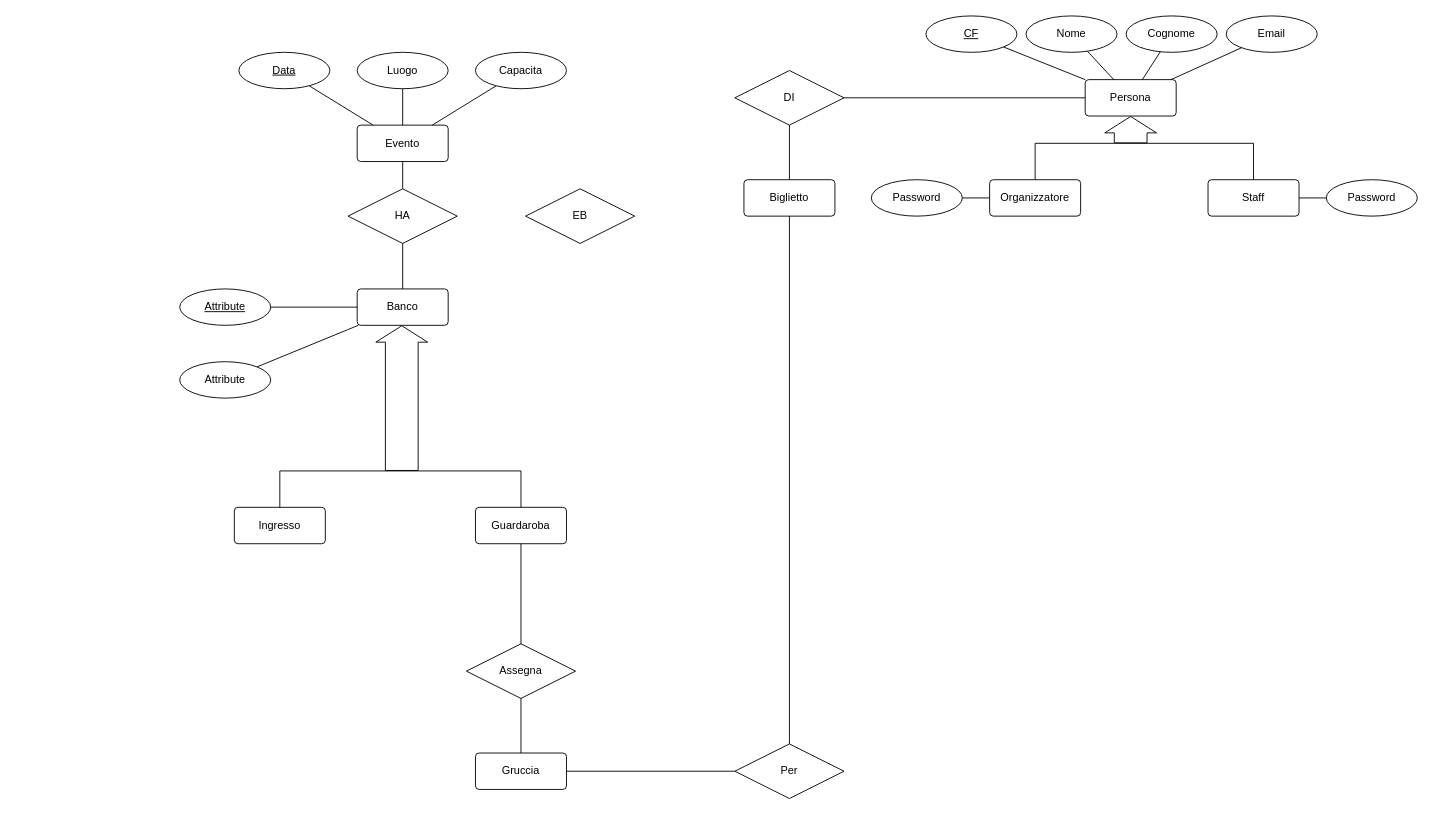
The draw.io diagram Documentazione/Diagramma ERA.drawio in IngSW-unipv/Progetto-H25, before the edit. Source tidied: cells renumbered, new cells numbered last; positions are measured from the earlier drawing's top-left corner, leaving out a move shared by most shapes. Both pictures are drawn from the tidied source at 91%, with x=0, y=0 at pixel (179, 15).
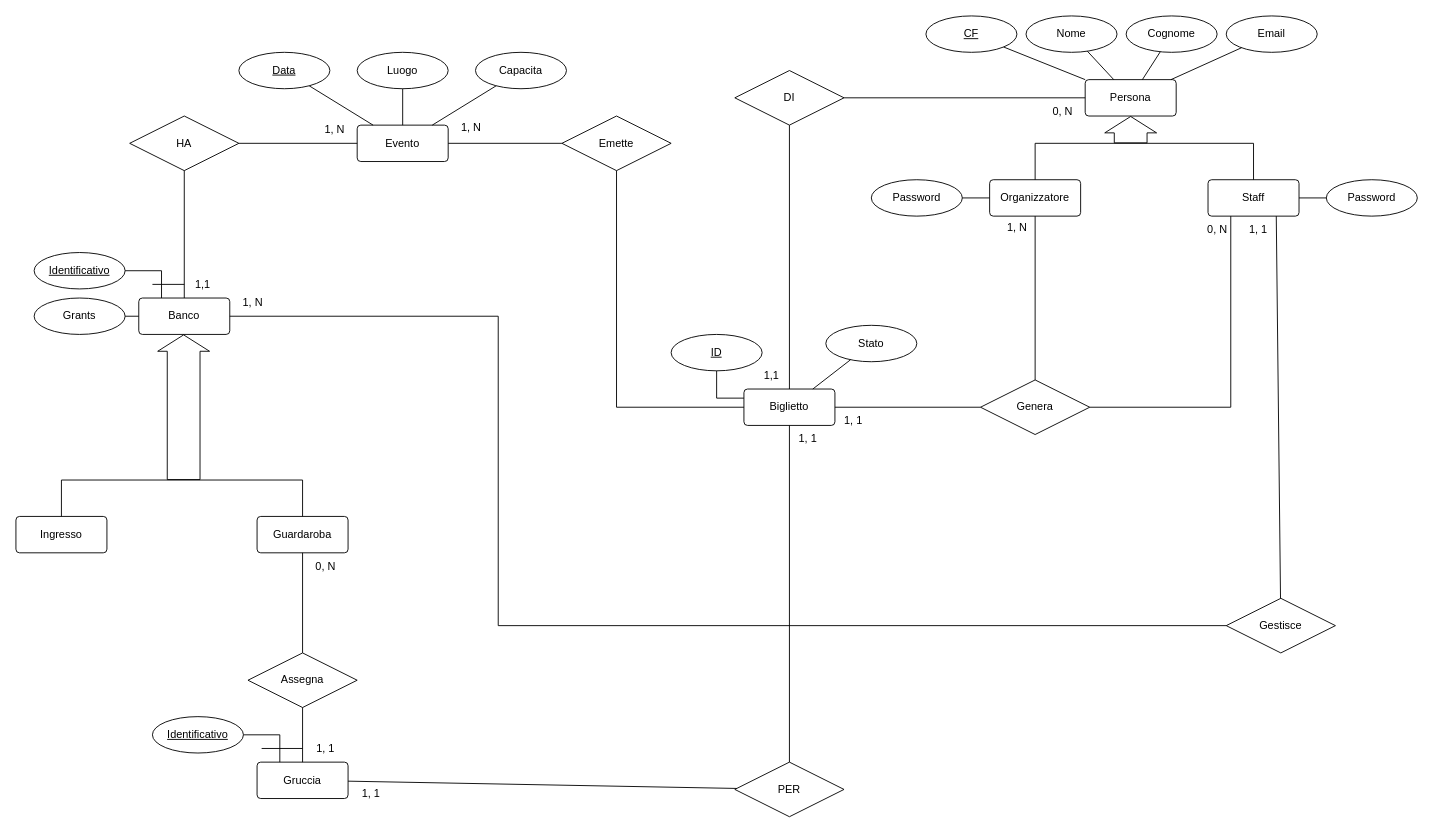
The same diagram, later.

The change refers to these unchanged cells:
```xml
<mxCell id="2" value="Evento" style="rounded=1;arcSize=10;whiteSpace=wrap;html=1;align=center;" parent="1" vertex="1">
  <mxGeometry x="195" y="120" width="100" height="40" as="geometry" />
</mxCell>
<mxCell id="18" value="Organizzatore" style="rounded=1;arcSize=10;whiteSpace=wrap;html=1;align=center;" parent="1" vertex="1">
  <mxGeometry x="890" y="180" width="100" height="40" as="geometry" />
</mxCell>
<mxCell id="19" value="Staff" style="rounded=1;arcSize=10;whiteSpace=wrap;html=1;align=center;" parent="1" vertex="1">
  <mxGeometry x="1130" y="180" width="100" height="40" as="geometry" />
</mxCell>
```

Change to the diagram source:
```diff
@@
-    <mxCell id="6" value="Attribute" style="ellipse;whiteSpace=wrap;html=1;align=center;fontStyle=4;" parent="1" vertex="1">
-      <mxGeometry y="300" width="100" height="40" as="geometry" />
+    <mxCell id="6" value="Identificativo" style="ellipse;whiteSpace=wrap;html=1;align=center;fontStyle=4;" parent="1" vertex="1">
+      <mxGeometry x="-160" y="260" width="100" height="40" as="geometry" />
     </mxCell>
-    <mxCell id="7" value="Attribute" style="ellipse;whiteSpace=wrap;html=1;align=center;" parent="1" vertex="1">
-      <mxGeometry y="380" width="100" height="40" as="geometry" />
+    <mxCell id="7" value="Grants" style="ellipse;whiteSpace=wrap;html=1;align=center;" parent="1" vertex="1">
+      <mxGeometry x="-160" y="310" width="100" height="40" as="geometry" />
     </mxCell>
     <mxCell id="8" value="Banco" style="rounded=1;arcSize=10;whiteSpace=wrap;html=1;align=center;" parent="1" vertex="1">
-      <mxGeometry x="195" y="300" width="100" height="40" as="geometry" />
+      <mxGeometry x="-45" y="310" width="100" height="40" as="geometry" />
     </mxCell>
     <mxCell id="9" value="Guardaroba" style="rounded=1;arcSize=10;whiteSpace=wrap;html=1;align=center;" parent="1" vertex="1">
-      <mxGeometry x="325" y="540" width="100" height="40" as="geometry" />
+      <mxGeometry x="85" y="550" width="100" height="40" as="geometry" />
     </mxCell>
     <mxCell id="10" value="Ingresso" style="rounded=1;arcSize=10;whiteSpace=wrap;html=1;align=center;" parent="1" vertex="1">
-      <mxGeometry x="60" y="540" width="100" height="40" as="geometry" />
+      <mxGeometry x="-180" y="550" width="100" height="40" as="geometry" />
     </mxCell>
     <mxCell id="11" value="HA" style="shape=rhombus;perimeter=rhombusPerimeter;whiteSpace=wrap;html=1;align=center;" parent="1" vertex="1">
-      <mxGeometry x="185" y="190" width="120" height="60" as="geometry" />
+      <mxGeometry x="-55" y="110" width="120" height="60" as="geometry" />
     </mxCell>
     <mxCell id="12" value="Assegna" style="shape=rhombus;perimeter=rhombusPerimeter;whiteSpace=wrap;html=1;align=center;" parent="1" vertex="1">
-      <mxGeometry x="315" y="690" width="120" height="60" as="geometry" />
+      <mxGeometry x="75" y="700" width="120" height="60" as="geometry" />
     </mxCell>
     <mxCell id="13" value="Gruccia" style="rounded=1;arcSize=10;whiteSpace=wrap;html=1;align=center;" parent="1" vertex="1">
-      <mxGeometry x="325" y="810" width="100" height="40" as="geometry" />
+      <mxGeometry x="85" y="820" width="100" height="40" as="geometry" />
     </mxCell>
-    <mxCell id="14" value="Per" style="shape=rhombus;perimeter=rhombusPerimeter;whiteSpace=wrap;html=1;align=center;" parent="1" vertex="1">
-      <mxGeometry x="610" y="800" width="120" height="60" as="geometry" />
+    <mxCell id="14" value="PER" style="shape=rhombus;perimeter=rhombusPerimeter;whiteSpace=wrap;html=1;align=center;" parent="1" vertex="1">
+      <mxGeometry x="610" y="820" width="120" height="60" as="geometry" />
     </mxCell>
     <mxCell id="15" value="Biglietto" style="rounded=1;arcSize=10;whiteSpace=wrap;html=1;align=center;" parent="1" vertex="1">
-      <mxGeometry x="620" y="180" width="100" height="40" as="geometry" />
+      <mxGeometry x="620" y="410" width="100" height="40" as="geometry" />
     </mxCell>
-    <mxCell id="16" value="EB" style="shape=rhombus;perimeter=rhombusPerimeter;whiteSpace=wrap;html=1;align=center;" parent="1" vertex="1">
-      <mxGeometry x="380" y="190" width="120" height="60" as="geometry" />
+    <mxCell id="16" value="Emette" style="shape=rhombus;perimeter=rhombusPerimeter;whiteSpace=wrap;html=1;align=center;" parent="1" vertex="1">
+      <mxGeometry x="420" y="110" width="120" height="60" as="geometry" />
     </mxCell>
@@
     <mxCell id="39" style="shape=flexArrow;endArrow=classic;html=1;rounded=0;width=36;endSize=5.67;" parent="1" edge="1">
       <mxGeometry relative="1" as="geometry">
-        <mxPoint x="244" y="500" as="sourcePoint" />
-        <mxPoint x="244" y="340" as="targetPoint" />
+        <mxPoint x="4.3" y="510" as="sourcePoint" />
+        <mxPoint x="4.3" y="350" as="targetPoint" />
       </mxGeometry>
     </mxCell>
-    <mxCell id="40" style="endArrow=none;html=1;rounded=0;" parent="1" edge="1" source="8" target="6">
-      <mxGeometry relative="1" as="geometry" />
-    </mxCell>
@@
     <mxCell id="43" style="endArrow=none;html=1;rounded=0;" parent="1" edge="1" source="9" target="10">
       <mxGeometry relative="1" as="geometry">
         <Array as="points">
-          <mxPoint x="375" y="500" />
-          <mxPoint x="110" y="500" />
+          <mxPoint x="135" y="510" />
+          <mxPoint x="-130" y="510" />
         </Array>
       </mxGeometry>
     </mxCell>
@@
+    <mxCell id="50" value="Genera" style="shape=rhombus;perimeter=rhombusPerimeter;whiteSpace=wrap;html=1;align=center;" parent="1" vertex="1">
+      <mxGeometry x="880" y="400" width="120" height="60" as="geometry" />
+    </mxCell>
+    <mxCell id="51" style="endArrow=none;html=1;rounded=0;" parent="1" edge="1" source="18" target="50">
+      <mxGeometry relative="1" as="geometry" />
+    </mxCell>
+    <mxCell id="52" style="endArrow=none;html=1;rounded=0;exitX=0.25;exitY=1;exitDx=0;exitDy=0;" parent="1" edge="1" source="19" target="50">
+      <mxGeometry relative="1" as="geometry">
+        <Array as="points">
+          <mxPoint x="1155" y="430" />
+        </Array>
+      </mxGeometry>
+    </mxCell>
+    <mxCell id="53" style="endArrow=none;html=1;rounded=0;" parent="1" edge="1" source="50" target="15">
+      <mxGeometry relative="1" as="geometry" />
+    </mxCell>
+    <mxCell id="54" style="endArrow=none;html=1;rounded=0;" parent="1" edge="1" source="2" target="16">
+      <mxGeometry relative="1" as="geometry" />
+    </mxCell>
+    <mxCell id="55" style="endArrow=none;html=1;rounded=0;" parent="1" edge="1" source="16" target="15">
+      <mxGeometry relative="1" as="geometry">
+        <Array as="points">
+          <mxPoint x="480" y="430" />
+        </Array>
+      </mxGeometry>
+    </mxCell>
+    <mxCell id="56" value="Stato" style="ellipse;whiteSpace=wrap;html=1;align=center;" parent="1" vertex="1">
+      <mxGeometry x="710" y="340" width="100" height="40" as="geometry" />
+    </mxCell>
+    <mxCell id="57" value="ID" style="ellipse;whiteSpace=wrap;html=1;align=center;fontStyle=4;" parent="1" vertex="1">
+      <mxGeometry x="540" y="350" width="100" height="40" as="geometry" />
+    </mxCell>
+    <mxCell id="58" style="endArrow=none;html=1;rounded=0;exitX=0.25;exitY=0;exitDx=0;exitDy=0;" parent="1" edge="1" source="13" target="65">
+      <mxGeometry relative="1" as="geometry">
+        <Array as="points">
+          <mxPoint x="110" y="790" />
+        </Array>
+      </mxGeometry>
+    </mxCell>
+    <mxCell id="59" style="line;strokeWidth=1;dashed=0;labelPosition=right;align=left;verticalAlign=middle;spacingTop=0;spacingLeft=6;" parent="1" vertex="1">
+      <mxGeometry x="90" y="800" width="45" height="10" as="geometry" />
+    </mxCell>
+    <mxCell id="60" style="endArrow=none;html=1;rounded=0;entryX=0;entryY=0.25;entryDx=0;entryDy=0;" parent="1" edge="1" source="57" target="15">
+      <mxGeometry relative="1" as="geometry">
+        <Array as="points">
+          <mxPoint x="590" y="420" />
+        </Array>
+      </mxGeometry>
+    </mxCell>
+    <mxCell id="61" style="endArrow=none;html=1;rounded=0;" parent="1" edge="1" source="56" target="15">
+      <mxGeometry relative="1" as="geometry" />
+    </mxCell>
+    <mxCell id="62" style="endArrow=none;html=1;rounded=0;" parent="1" edge="1" source="8" target="63">
+      <mxGeometry relative="1" as="geometry">
+        <Array as="points">
+          <mxPoint x="350" y="330" />
+          <mxPoint x="350" y="670" />
+        </Array>
+      </mxGeometry>
+    </mxCell>
+    <mxCell id="63" value="Gestisce" style="shape=rhombus;perimeter=rhombusPerimeter;whiteSpace=wrap;html=1;align=center;" parent="1" vertex="1">
+      <mxGeometry x="1150" y="640" width="120" height="60" as="geometry" />
+    </mxCell>
+    <mxCell id="64" style="endArrow=none;html=1;rounded=0;entryX=0.75;entryY=1;entryDx=0;entryDy=0;" parent="1" edge="1" source="63" target="19">
+      <mxGeometry relative="1" as="geometry" />
+    </mxCell>
+    <mxCell id="65" value="Identificativo" style="ellipse;whiteSpace=wrap;html=1;align=center;fontStyle=4;" parent="1" vertex="1">
+      <mxGeometry x="-30" y="770" width="100" height="40" as="geometry" />
+    </mxCell>
+    <mxCell id="40" style="endArrow=none;html=1;rounded=0;exitX=0.25;exitY=0;exitDx=0;exitDy=0;" parent="1" edge="1" source="8" target="6">
+      <mxGeometry relative="1" as="geometry">
+        <Array as="points">
+          <mxPoint x="-20" y="280" />
+        </Array>
+      </mxGeometry>
+    </mxCell>
+    <mxCell id="66" style="line;strokeWidth=1;dashed=0;labelPosition=right;align=left;verticalAlign=middle;spacingTop=0;spacingLeft=6;" parent="1" vertex="1">
+      <mxGeometry x="-30" y="290" width="35" height="10" as="geometry" />
+    </mxCell>
+    <mxCell id="67" value="1,&amp;nbsp;&lt;span style=&quot;background-color: transparent; color: light-dark(rgb(0, 0, 0), rgb(255, 255, 255));&quot;&gt;N&lt;/span&gt;" style="text;html=1;align=center;verticalAlign=middle;strokeColor=none;fillColor=none;" parent="1" vertex="1">
+      <mxGeometry x="145" y="110" width="50" height="30" as="geometry" />
+    </mxCell>
+    <mxCell id="68" value="1,1" style="text;html=1;align=center;verticalAlign=middle;strokeColor=none;fillColor=none;" parent="1" vertex="1">
+      <mxGeometry x="5" y="280" width="40" height="30" as="geometry" />
+    </mxCell>
+    <mxCell id="69" value="1, N" style="text;html=1;align=center;verticalAlign=middle;strokeColor=none;fillColor=none;" parent="1" vertex="1">
+      <mxGeometry x="295" y="108" width="50" height="30" as="geometry" />
+    </mxCell>
+    <mxCell id="70" value="1,1" style="text;html=1;align=center;verticalAlign=middle;strokeColor=none;fillColor=none;" parent="1" vertex="1">
+      <mxGeometry x="630" y="380" width="40" height="30" as="geometry" />
+    </mxCell>
+    <mxCell id="71" value="0, N" style="text;html=1;align=center;verticalAlign=middle;strokeColor=none;fillColor=none;" parent="1" vertex="1">
+      <mxGeometry x="945" y="90" width="50" height="30" as="geometry" />
+    </mxCell>
+    <mxCell id="72" value="0, N" style="text;html=1;align=center;verticalAlign=middle;strokeColor=none;fillColor=none;" parent="1" vertex="1">
+      <mxGeometry x="1115" y="220" width="50" height="30" as="geometry" />
+    </mxCell>
+    <mxCell id="73" value="1, 1" style="text;html=1;align=center;verticalAlign=middle;strokeColor=none;fillColor=none;" parent="1" vertex="1">
+      <mxGeometry x="1165" y="220" width="40" height="30" as="geometry" />
+    </mxCell>
+    <mxCell id="74" value="1, N" style="text;html=1;align=center;verticalAlign=middle;strokeColor=none;fillColor=none;" parent="1" vertex="1">
+      <mxGeometry x="895" y="218" width="50" height="30" as="geometry" />
+    </mxCell>
+    <mxCell id="75" value="&lt;span style=&quot;background-color: transparent; color: light-dark(rgb(0, 0, 0), rgb(255, 255, 255));&quot;&gt;1, 1&lt;/span&gt;" style="text;html=1;align=center;verticalAlign=middle;strokeColor=none;fillColor=none;" parent="1" vertex="1">
+      <mxGeometry x="720" y="430" width="40" height="30" as="geometry" />
+    </mxCell>
+    <mxCell id="76" value="1, 1" style="text;html=1;align=center;verticalAlign=middle;strokeColor=none;fillColor=none;" parent="1" vertex="1">
+      <mxGeometry x="190" y="840" width="40" height="30" as="geometry" />
+    </mxCell>
+    <mxCell id="77" value="1,&amp;nbsp;&lt;span style=&quot;background-color: transparent; color: light-dark(rgb(0, 0, 0), rgb(255, 255, 255));&quot;&gt;1&lt;/span&gt;" style="text;html=1;align=center;verticalAlign=middle;strokeColor=none;fillColor=none;" parent="1" vertex="1">
+      <mxGeometry x="140" y="790" width="40" height="30" as="geometry" />
+    </mxCell>
+    <mxCell id="78" value="0, N" style="text;html=1;align=center;verticalAlign=middle;strokeColor=none;fillColor=none;" parent="1" vertex="1">
+      <mxGeometry x="135" y="590" width="50" height="30" as="geometry" />
+    </mxCell>
+    <mxCell id="79" value="1, N" style="text;html=1;align=center;verticalAlign=middle;strokeColor=none;fillColor=none;" parent="1" vertex="1">
+      <mxGeometry x="55" y="300" width="50" height="30" as="geometry" />
+    </mxCell>
+    <mxCell id="80" value="1,&amp;nbsp;&lt;span style=&quot;background-color: transparent; color: light-dark(rgb(0, 0, 0), rgb(255, 255, 255));&quot;&gt;1&lt;/span&gt;" style="text;html=1;align=center;verticalAlign=middle;strokeColor=none;fillColor=none;" parent="1" vertex="1">
+      <mxGeometry x="670" y="450" width="40" height="30" as="geometry" />
+    </mxCell>
```
